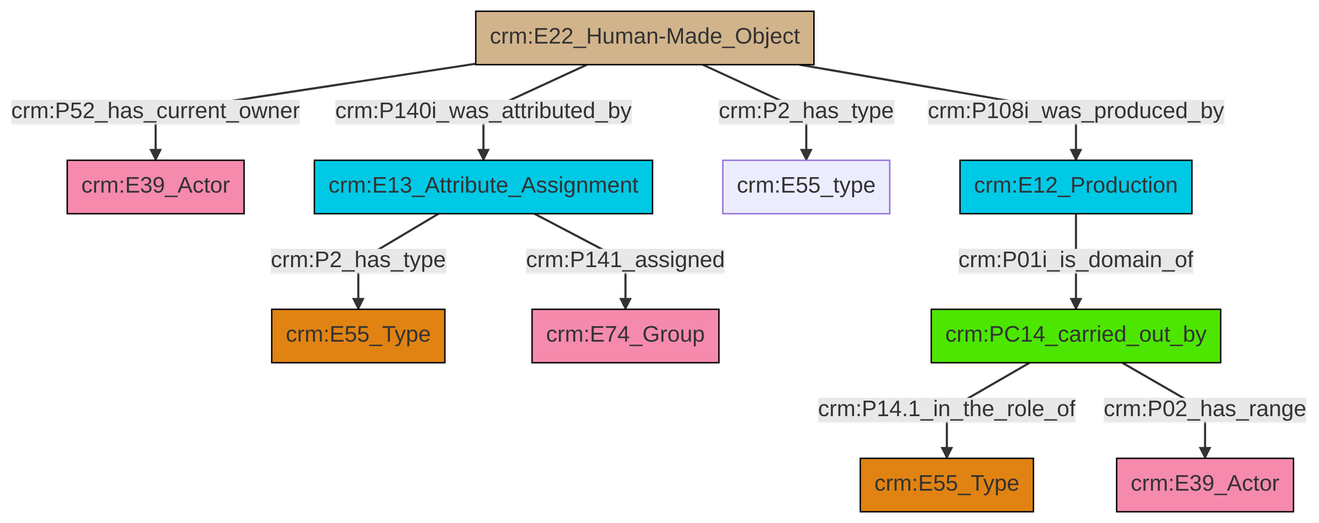
Above: et/builtWorkCSV/ttl/mmd/png/Built_Work_actor_relations.png in swiss-art-research-net/docs.swissartresearch (Mermaid), before the change. Its source is kept beside it as et/builtWorkCSV/ttl/mmd/Built_Work_actor_relations.ttl.mmd.
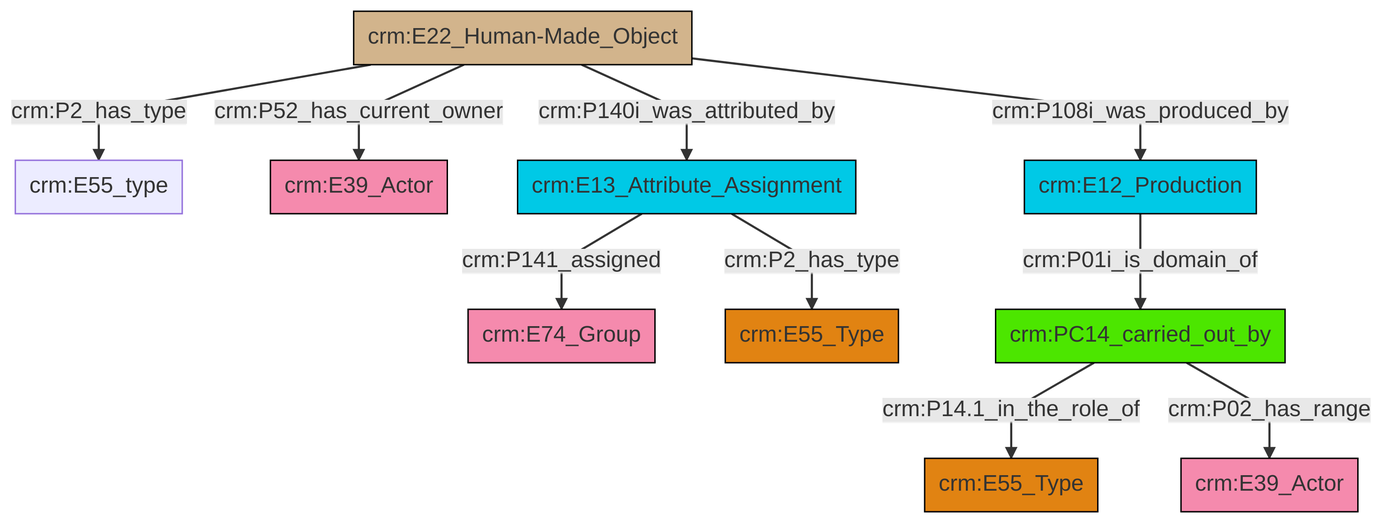
The same diagram one commit later.

What changed in the source:
```diff
@@ -13,12 +13,12 @@
 classDef PC_Classes fill:#4ce600, stroke:#000000;
 classDef Multi fill:#cccccc,stroke:#000000;
 
-2["crm:E22_Human-Made_Object"]:::Physical_Thing -->|crm:P52_has_current_owner| 3["crm:E39_Actor"]:::Actor
-5["crm:E13_Attribute_Assignment"]:::Temporal_Entity -->|crm:P141_assigned| 6["crm:E74_Group"]:::Actor
+4["crm:E22_Human-Made_Object"]:::Physical_Thing -->|crm:P2_has_type| 5["crm:E55_type"]:::Default
+4["crm:E22_Human-Made_Object"]:::Physical_Thing -->|crm:P52_has_current_owner| 6["crm:E39_Actor"]:::Actor
 10["crm:PC14_carried_out_by"]:::PC_Classes -->|crm:P14.1_in_the_role_of| 11["crm:E55_Type"]:::Type
-2["crm:E22_Human-Made_Object"]:::Physical_Thing -->|crm:P108i_was_produced_by| 16["crm:E12_Production"]:::Temporal_Entity
-2["crm:E22_Human-Made_Object"]:::Physical_Thing -->|crm:P2_has_type| 7["crm:E55_type"]:::Default
-10["crm:PC14_carried_out_by"]:::PC_Classes -->|crm:P02_has_range| 14["crm:E39_Actor"]:::Actor
-2["crm:E22_Human-Made_Object"]:::Physical_Thing -->|crm:P140i_was_attributed_by| 5["crm:E13_Attribute_Assignment"]:::Temporal_Entity
-16["crm:E12_Production"]:::Temporal_Entity -->|crm:P01i_is_domain_of| 10["crm:PC14_carried_out_by"]:::PC_Classes
-5["crm:E13_Attribute_Assignment"]:::Temporal_Entity -->|crm:P2_has_type| 0["crm:E55_Type"]:::Type
+4["crm:E22_Human-Made_Object"]:::Physical_Thing -->|crm:P140i_was_attributed_by| 8["crm:E13_Attribute_Assignment"]:::Temporal_Entity
+10["crm:PC14_carried_out_by"]:::PC_Classes -->|crm:P02_has_range| 17["crm:E39_Actor"]:::Actor
+4["crm:E22_Human-Made_Object"]:::Physical_Thing -->|crm:P108i_was_produced_by| 2["crm:E12_Production"]:::Temporal_Entity
+2["crm:E12_Production"]:::Temporal_Entity -->|crm:P01i_is_domain_of| 10["crm:PC14_carried_out_by"]:::PC_Classes
+8["crm:E13_Attribute_Assignment"]:::Temporal_Entity -->|crm:P141_assigned| 15["crm:E74_Group"]:::Actor
+8["crm:E13_Attribute_Assignment"]:::Temporal_Entity -->|crm:P2_has_type| 0["crm:E55_Type"]:::Type
```
